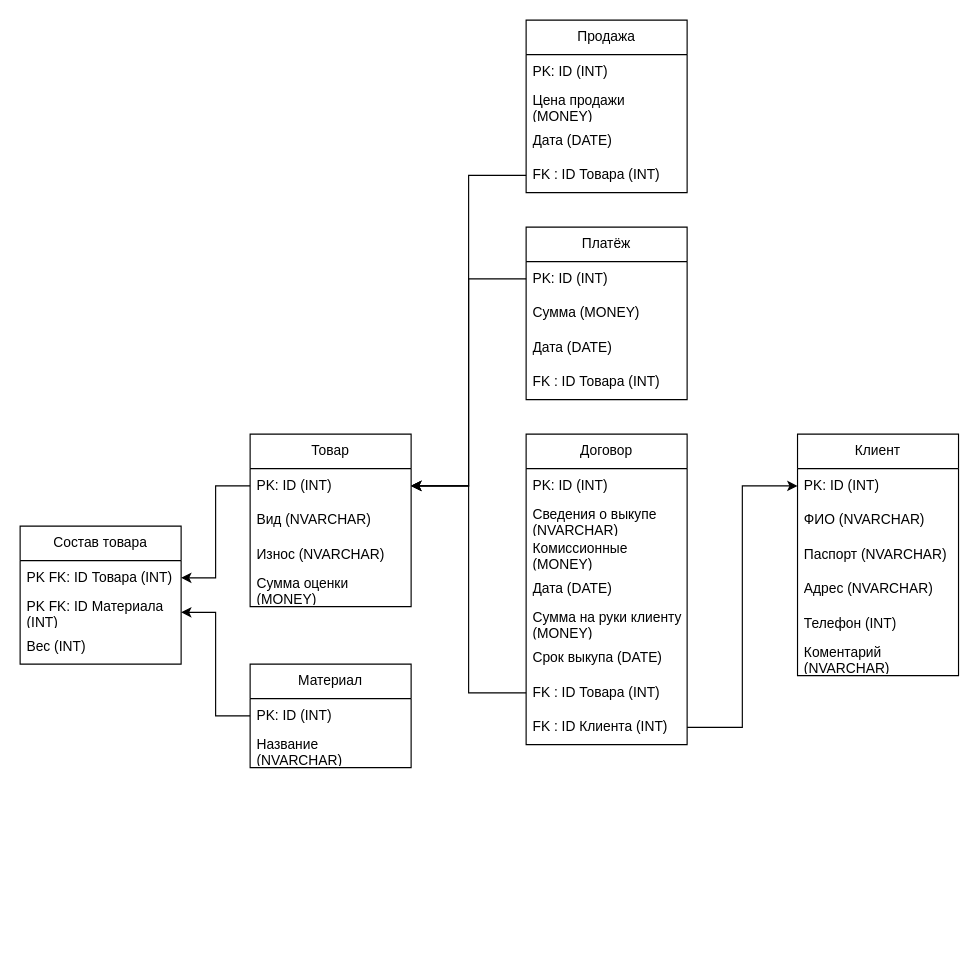
The draw.io diagram Лабораторная работа 1/Ломбард Relation model.drawio in STIRLICO/DateBase, before the edit. Source tidied: cells renumbered, new cells numbered last; positions are measured from the earlier drawing's top-left corner, leaving out a move shared by most shapes. Both pictures are drawn from the tidied source at 115%, with x=0, y=0 at pixel (20, 20).
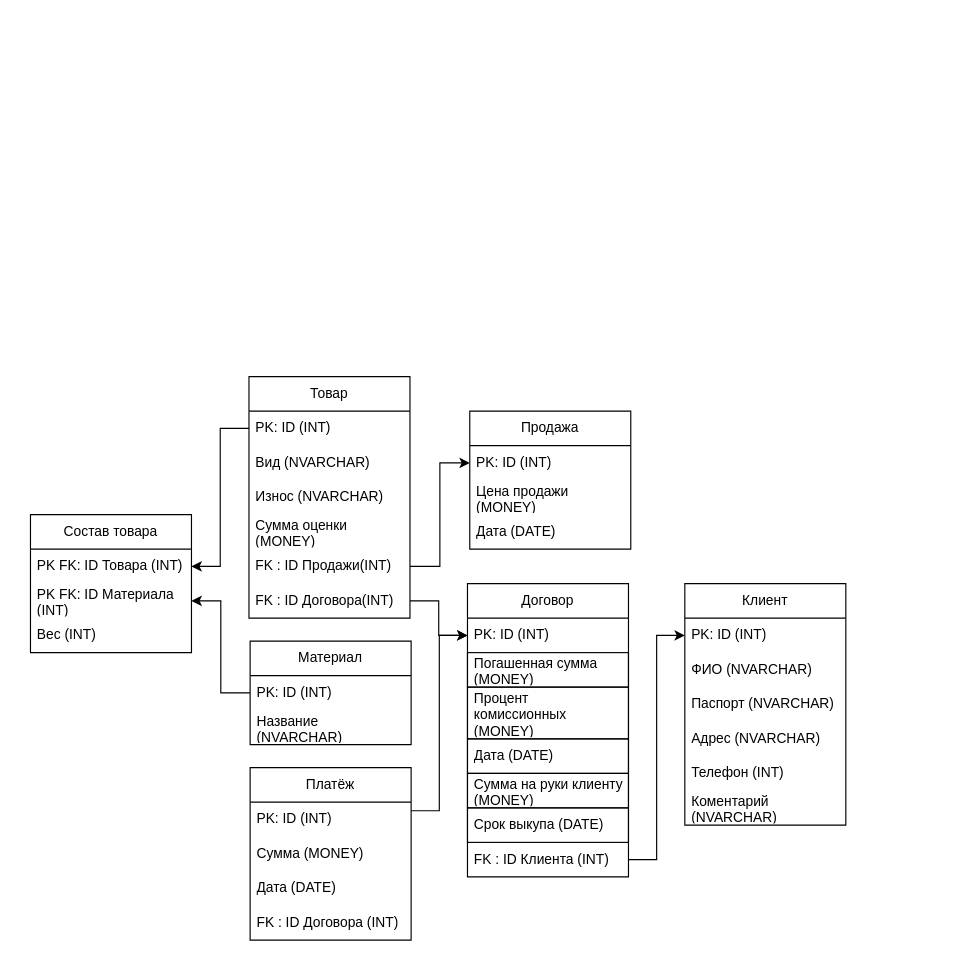
The same page after the edit.

Unchanged cells that the change refers to:
```xml
<mxCell id="3" value="PK: ID (INT)" style="text;strokeColor=none;fillColor=none;align=left;verticalAlign=middle;spacingLeft=4;spacingRight=4;overflow=hidden;points=[[0,0.5],[1,0.5]];portConstraint=eastwest;whiteSpace=wrap;html=1;" parent="2" vertex="1">
  <mxGeometry y="30" width="140" height="30" as="geometry" />
</mxCell>
<mxCell id="15" value="PK: ID (INT)" style="text;strokeColor=none;fillColor=none;align=left;verticalAlign=middle;spacingLeft=4;spacingRight=4;overflow=hidden;points=[[0,0.5],[1,0.5]];portConstraint=eastwest;whiteSpace=wrap;html=1;" parent="14" vertex="1">
  <mxGeometry y="30" width="140" height="30" as="geometry" />
</mxCell>
<mxCell id="33" value="PK: ID (INT)" style="text;strokeColor=none;fillColor=none;align=left;verticalAlign=middle;spacingLeft=4;spacingRight=4;overflow=hidden;points=[[0,0.5],[1,0.5]];portConstraint=eastwest;whiteSpace=wrap;html=1;" parent="32" vertex="1">
  <mxGeometry y="30" width="140" height="30" as="geometry" />
</mxCell>
<mxCell id="38" value="PK: ID (INT)" style="text;strokeColor=none;fillColor=none;align=left;verticalAlign=middle;spacingLeft=4;spacingRight=4;overflow=hidden;points=[[0,0.5],[1,0.5]];portConstraint=eastwest;whiteSpace=wrap;html=1;" parent="37" vertex="1">
  <mxGeometry y="30" width="140" height="30" as="geometry" />
</mxCell>
```

The edit, as a diff of the source:
```diff
@@
     <mxCell id="2" value="Товар" style="swimlane;fontStyle=0;horizontal=1;startSize=30;whiteSpace=wrap;html=1;" parent="1" vertex="1">
-      <mxGeometry x="200" y="360" width="140" height="150" as="geometry" />
+      <mxGeometry x="199" y="310" width="140" height="210" as="geometry" />
     </mxCell>
@@
+    <mxCell id="36" value="FK : ID Продажи(INT)" style="text;strokeColor=none;fillColor=none;align=left;verticalAlign=middle;spacingLeft=4;spacingRight=4;overflow=hidden;points=[[0,0.5],[1,0.5]];portConstraint=eastwest;whiteSpace=wrap;html=1;" parent="2" vertex="1">
+      <mxGeometry y="150" width="140" height="30" as="geometry" />
+    </mxCell>
+    <mxCell id="21" value="FK : ID Договора(INT)" style="text;strokeColor=none;fillColor=none;align=left;verticalAlign=middle;spacingLeft=4;spacingRight=4;overflow=hidden;points=[[0,0.5],[1,0.5]];portConstraint=eastwest;whiteSpace=wrap;html=1;" parent="2" vertex="1">
+      <mxGeometry y="180" width="140" height="30" as="geometry" />
+    </mxCell>
     <mxCell id="7" value="Состав товара" style="swimlane;fontStyle=0;horizontal=1;startSize=30;whiteSpace=wrap;html=1;" parent="1" vertex="1">
-      <mxGeometry y="440" width="140" height="120" as="geometry" />
+      <mxGeometry x="9" y="430" width="140" height="120" as="geometry" />
     </mxCell>
@@
     <mxCell id="11" value="Материал" style="swimlane;fontStyle=0;horizontal=1;startSize=30;whiteSpace=wrap;html=1;" parent="1" vertex="1">
-      <mxGeometry x="200" y="560" width="140" height="90" as="geometry" />
+      <mxGeometry x="200" y="540" width="140" height="90" as="geometry" />
     </mxCell>
@@
     <mxCell id="14" value="Договор" style="swimlane;fontStyle=0;horizontal=1;startSize=30;whiteSpace=wrap;html=1;" parent="1" vertex="1">
-      <mxGeometry x="440" y="360" width="140" height="270" as="geometry" />
+      <mxGeometry x="389" y="490" width="140" height="255" as="geometry" />
     </mxCell>
@@
-    <mxCell id="16" value="Сведения о выкупе (NVARCHAR)" style="text;strokeColor=none;fillColor=none;align=left;verticalAlign=middle;spacingLeft=4;spacingRight=4;overflow=hidden;whiteSpace=wrap;html=1;" parent="14" vertex="1">
+    <mxCell id="16" value="Погашенная сумма (MONEY)" style="text;strokeColor=default;fillColor=none;align=left;verticalAlign=middle;spacingLeft=4;spacingRight=4;overflow=hidden;whiteSpace=wrap;html=1;" parent="14" vertex="1">
       <mxGeometry y="60" width="140" height="30" as="geometry" />
     </mxCell>
-    <mxCell id="17" value="Комиссионные (MONEY)" style="text;strokeColor=none;fillColor=none;align=left;verticalAlign=middle;spacingLeft=4;spacingRight=4;overflow=hidden;whiteSpace=wrap;html=1;" parent="14" vertex="1">
-      <mxGeometry y="90" width="140" height="30" as="geometry" />
+    <mxCell id="17" value="Процент комиссионных (MONEY)" style="text;strokeColor=default;fillColor=none;align=left;verticalAlign=middle;spacingLeft=4;spacingRight=4;overflow=hidden;whiteSpace=wrap;html=1;" parent="14" vertex="1">
+      <mxGeometry y="90" width="140" height="45" as="geometry" />
     </mxCell>
-    <mxCell id="18" value="Дата (DATE)" style="text;strokeColor=none;fillColor=none;align=left;verticalAlign=middle;spacingLeft=4;spacingRight=4;overflow=hidden;whiteSpace=wrap;html=1;" parent="14" vertex="1">
-      <mxGeometry y="120" width="140" height="30" as="geometry" />
+    <mxCell id="18" value="Дата (DATE)" style="text;strokeColor=default;fillColor=none;align=left;verticalAlign=middle;spacingLeft=4;spacingRight=4;overflow=hidden;whiteSpace=wrap;html=1;" parent="14" vertex="1">
+      <mxGeometry y="135" width="140" height="30" as="geometry" />
     </mxCell>
-    <mxCell id="19" value="Сумма на руки клиенту (MONEY)" style="text;strokeColor=none;fillColor=none;align=left;verticalAlign=middle;spacingLeft=4;spacingRight=4;overflow=hidden;whiteSpace=wrap;html=1;" parent="14" vertex="1">
-      <mxGeometry y="150" width="140" height="30" as="geometry" />
+    <mxCell id="19" value="Сумма на руки клиенту (MONEY)" style="text;strokeColor=default;fillColor=none;align=left;verticalAlign=middle;spacingLeft=4;spacingRight=4;overflow=hidden;whiteSpace=wrap;html=1;" parent="14" vertex="1">
+      <mxGeometry y="165" width="140" height="30" as="geometry" />
     </mxCell>
-    <mxCell id="20" value="Срок выкупа (DATE)" style="text;strokeColor=none;fillColor=none;align=left;verticalAlign=middle;spacingLeft=4;spacingRight=4;overflow=hidden;whiteSpace=wrap;html=1;" parent="14" vertex="1">
-      <mxGeometry y="180" width="140" height="30" as="geometry" />
+    <mxCell id="20" value="Срок выкупа (DATE)" style="text;strokeColor=default;fillColor=none;align=left;verticalAlign=middle;spacingLeft=4;spacingRight=4;overflow=hidden;whiteSpace=wrap;html=1;" parent="14" vertex="1">
+      <mxGeometry y="195" width="140" height="30" as="geometry" />
     </mxCell>
-    <mxCell id="21" value="FK : ID Товара (INT)" style="text;strokeColor=none;fillColor=none;align=left;verticalAlign=middle;spacingLeft=4;spacingRight=4;overflow=hidden;points=[[0,0.5],[1,0.5]];portConstraint=eastwest;whiteSpace=wrap;html=1;" parent="14" vertex="1">
-      <mxGeometry y="210" width="140" height="30" as="geometry" />
-    </mxCell>
     <mxCell id="22" value="FK : ID Клиента (INT)" style="text;strokeColor=none;fillColor=none;align=left;verticalAlign=middle;spacingLeft=4;spacingRight=4;overflow=hidden;points=[[0,0.5],[1,0.5]];portConstraint=eastwest;whiteSpace=wrap;html=1;" parent="14" vertex="1">
-      <mxGeometry y="240" width="140" height="30" as="geometry" />
+      <mxGeometry y="225" width="140" height="30" as="geometry" />
     </mxCell>
     <mxCell id="23" value="Клиент" style="swimlane;fontStyle=0;horizontal=1;startSize=30;whiteSpace=wrap;html=1;" parent="1" vertex="1">
-      <mxGeometry x="676" y="360" width="140" height="210" as="geometry" />
+      <mxGeometry x="578" y="490" width="140" height="210" as="geometry" />
     </mxCell>
@@
     <mxCell id="32" value="Продажа" style="swimlane;fontStyle=0;horizontal=1;startSize=30;whiteSpace=wrap;html=1;" parent="1" vertex="1">
-      <mxGeometry x="440" width="140" height="150" as="geometry" />
+      <mxGeometry x="391" y="340" width="140" height="120" as="geometry" />
     </mxCell>
@@
-    <mxCell id="36" value="FK : ID Товара (INT)" style="text;strokeColor=none;fillColor=none;align=left;verticalAlign=middle;spacingLeft=4;spacingRight=4;overflow=hidden;points=[[0,0.5],[1,0.5]];portConstraint=eastwest;whiteSpace=wrap;html=1;" parent="32" vertex="1">
-      <mxGeometry y="120" width="140" height="30" as="geometry" />
-    </mxCell>
+    <mxCell id="46" style="edgeStyle=orthogonalEdgeStyle;rounded=0;jettySize=auto;html=1;exitX=1;exitY=0.25;exitDx=0;exitDy=0;entryX=0;entryY=0.5;entryDx=0;entryDy=0;" parent="1" edge="1" source="37" target="15">
+      <mxGeometry relative="1" as="geometry" />
+    </mxCell>
     <mxCell id="37" value="Платёж" style="swimlane;fontStyle=0;horizontal=1;startSize=30;whiteSpace=wrap;html=1;" parent="1" vertex="1">
-      <mxGeometry x="440" y="180" width="140" height="150" as="geometry" />
+      <mxGeometry x="200" y="650" width="140" height="150" as="geometry" />
     </mxCell>
@@
-    <mxCell id="41" value="FK : ID Товара (INT)" style="text;strokeColor=none;fillColor=none;align=left;verticalAlign=middle;spacingLeft=4;spacingRight=4;overflow=hidden;whiteSpace=wrap;html=1;" parent="37" vertex="1">
+    <mxCell id="41" value="FK : ID Договора (INT)" style="text;strokeColor=none;fillColor=none;align=left;verticalAlign=middle;spacingLeft=4;spacingRight=4;overflow=hidden;whiteSpace=wrap;html=1;" parent="37" vertex="1">
       <mxGeometry y="120" width="140" height="30" as="geometry" />
     </mxCell>
-    <mxCell id="42" style="edgeStyle=orthogonalEdgeStyle;rounded=0;jettySize=auto;html=1;exitX=0;exitY=0.5;exitDx=0;exitDy=0;entryX=1;entryY=0.5;entryDx=0;entryDy=0;" parent="1" edge="1" source="21" target="3">
-      <mxGeometry relative="1" as="geometry" />
-    </mxCell>
-    <mxCell id="43" style="edgeStyle=orthogonalEdgeStyle;rounded=0;jettySize=auto;html=1;exitX=0;exitY=0.5;exitDx=0;exitDy=0;entryX=1;entryY=0.5;entryDx=0;entryDy=0;" parent="1" edge="1" source="36" target="3">
-      <mxGeometry relative="1" as="geometry" />
-    </mxCell>
-    <mxCell id="44" style="edgeStyle=orthogonalEdgeStyle;rounded=0;jettySize=auto;html=1;exitX=0;exitY=0.5;exitDx=0;exitDy=0;entryX=1;entryY=0.5;entryDx=0;entryDy=0;" parent="1" edge="1" source="38" target="3">
-      <mxGeometry relative="1" as="geometry" />
-    </mxCell>
+    <mxCell id="47" style="edgeStyle=orthogonalEdgeStyle;rounded=0;jettySize=auto;html=1;exitX=1;exitY=0.5;exitDx=0;exitDy=0;entryX=0;entryY=0.5;entryDx=0;entryDy=0;" parent="1" edge="1" source="36" target="33">
+      <mxGeometry relative="1" as="geometry" />
+    </mxCell>
@@
+    <mxCell id="48" style="edgeStyle=orthogonalEdgeStyle;rounded=0;jettySize=auto;html=1;exitX=1;exitY=0.5;exitDx=0;exitDy=0;entryX=0;entryY=0.5;entryDx=0;entryDy=0;" parent="1" edge="1" source="21" target="15">
+      <mxGeometry relative="1" as="geometry" />
+    </mxCell>
```
